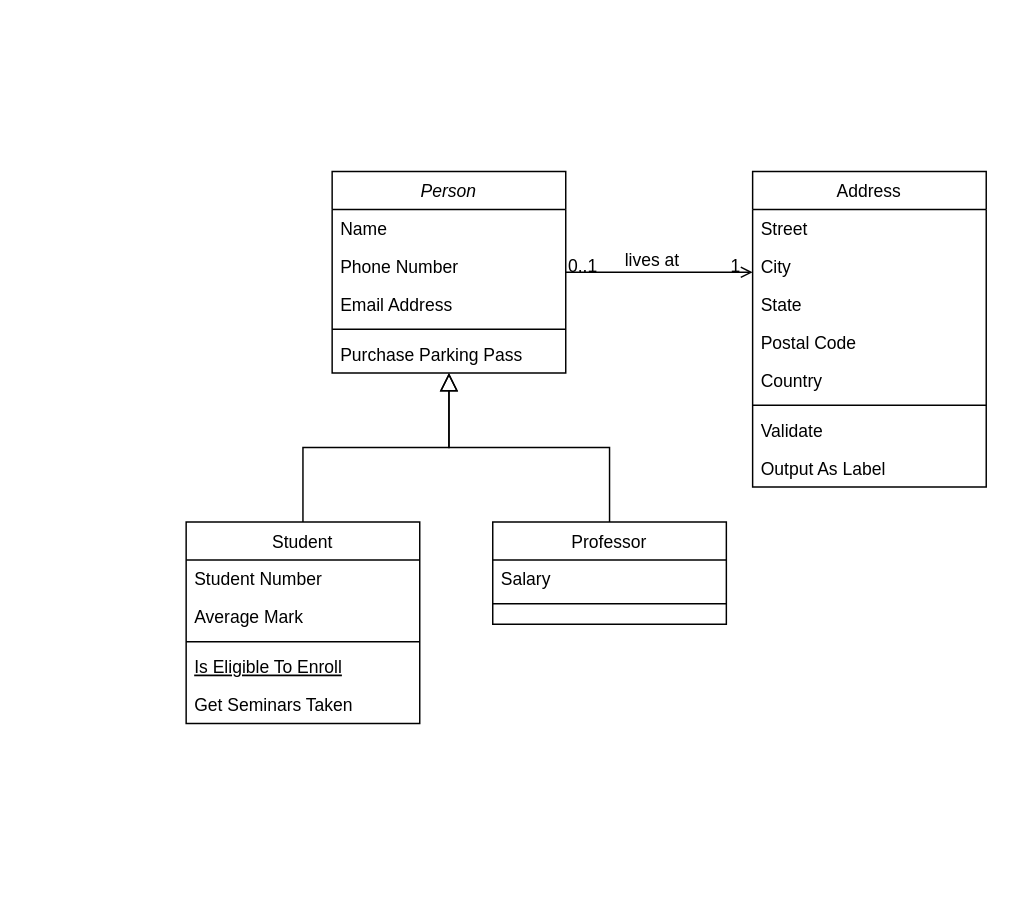
Earlier version of the draw.io diagram .drawio (nafniko/ZooArcadia). Source tidied: cells renumbered, new cells numbered last; positions are measured from the earlier drawing's top-left corner, leaving out a move shared by most shapes. Both pictures are drawn from the tidied source at 146%, with x=0, y=0 at pixel (185, 171).
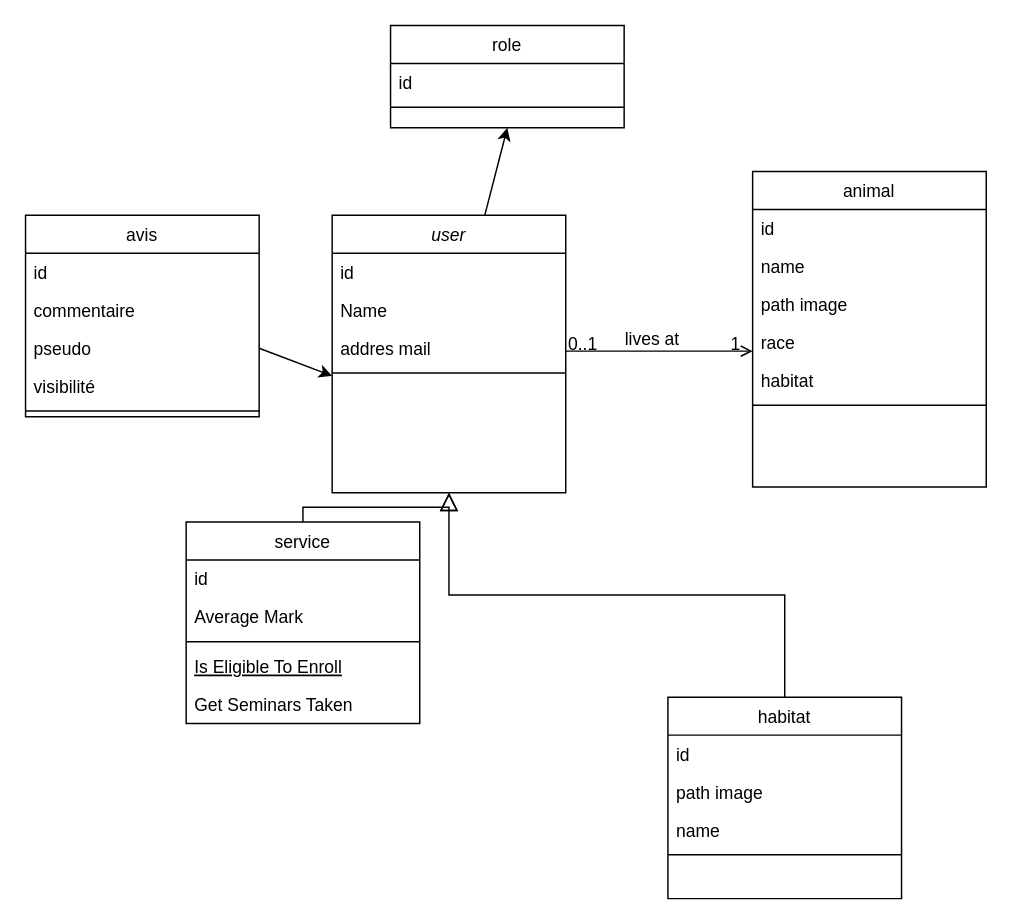
The same diagram, later.

Commit message:
Mettre à jour .drawio

What changed in the source:
```diff
@@
+    <mxCell id="32" style="rounded=0;jettySize=auto;html=1;entryX=0.5;entryY=1;entryDx=0;entryDy=0;" parent="1" edge="1" source="2" target="37">
+      <mxGeometry relative="1" as="geometry" />
+    </mxCell>
-    <mxCell id="2" value="Person" style="swimlane;fontStyle=2;align=center;verticalAlign=top;horizontal=1;startSize=26;rounded=0;shadow=0;strokeWidth=1;" parent="1" vertex="1">
-      <mxGeometry x="100" width="160" height="138" as="geometry" />
+    <mxCell id="2" value="user" style="swimlane;fontStyle=2;align=center;verticalAlign=top;horizontal=1;startSize=26;rounded=0;shadow=0;strokeWidth=1;" parent="1" vertex="1">
+      <mxGeometry x="100" y="30" width="160" height="190" as="geometry" />
     </mxCell>
+    <mxCell id="5" value="id" style="text;align=left;verticalAlign=top;spacingLeft=4;spacingRight=4;overflow=hidden;rounded=0;shadow=0;html=0;" parent="2" vertex="1">
+      <mxGeometry y="26" width="160" height="26" as="geometry" />
+    </mxCell>
     <mxCell id="3" value="Name" style="text;align=left;verticalAlign=top;spacingLeft=4;spacingRight=4;overflow=hidden;" parent="2" vertex="1">
-      <mxGeometry y="26" width="160" height="26" as="geometry" />
+      <mxGeometry y="52" width="160" height="26" as="geometry" />
     </mxCell>
-    <mxCell id="4" value="Phone Number" style="text;align=left;verticalAlign=top;spacingLeft=4;spacingRight=4;overflow=hidden;rounded=0;shadow=0;html=0;" parent="2" vertex="1">
-      <mxGeometry y="52" width="160" height="26" as="geometry" />
+    <mxCell id="4" value="addres mail" style="text;align=left;verticalAlign=top;spacingLeft=4;spacingRight=4;overflow=hidden;rounded=0;shadow=0;html=0;" parent="2" vertex="1">
+      <mxGeometry y="78" width="160" height="26" as="geometry" />
     </mxCell>
-    <mxCell id="5" value="Email Address" style="text;align=left;verticalAlign=top;spacingLeft=4;spacingRight=4;overflow=hidden;rounded=0;shadow=0;html=0;" parent="2" vertex="1">
-      <mxGeometry y="78" width="160" height="26" as="geometry" />
-    </mxCell>
-    <mxCell id="6" style="line;html=1;strokeWidth=1;align=left;verticalAlign=middle;spacingTop=-1;spacingLeft=3;spacingRight=3;labelPosition=right;" parent="2" vertex="1">
+    <mxCell id="6" style="line;html=1;strokeWidth=1;align=left;verticalAlign=middle;spacingTop=-1;spacingLeft=3;spacingRight=3;labelPosition=right;fillColor=default;" parent="2" vertex="1">
       <mxGeometry y="104" width="160" height="8" as="geometry" />
     </mxCell>
-    <mxCell id="7" value="Purchase Parking Pass" style="text;align=left;verticalAlign=top;spacingLeft=4;spacingRight=4;overflow=hidden;" parent="2" vertex="1">
-      <mxGeometry y="112" width="160" height="26" as="geometry" />
-    </mxCell>
-    <mxCell id="8" value="Student" style="swimlane;fontStyle=0;align=center;verticalAlign=top;horizontal=1;startSize=26;rounded=0;shadow=0;strokeWidth=1;" parent="1" vertex="1">
+    <mxCell id="8" value="service" style="swimlane;fontStyle=0;align=center;verticalAlign=top;horizontal=1;startSize=26;rounded=0;shadow=0;strokeWidth=1;" parent="1" vertex="1">
       <mxGeometry y="240" width="160" height="138" as="geometry" />
     </mxCell>
-    <mxCell id="9" value="Student Number" style="text;align=left;verticalAlign=top;spacingLeft=4;spacingRight=4;overflow=hidden;" parent="8" vertex="1">
+    <mxCell id="9" value="id" style="text;align=left;verticalAlign=top;spacingLeft=4;spacingRight=4;overflow=hidden;" parent="8" vertex="1">
       <mxGeometry y="26" width="160" height="26" as="geometry" />
     </mxCell>
@@
-    <mxCell id="15" value="Professor" style="swimlane;fontStyle=0;align=center;verticalAlign=top;horizontal=1;startSize=26;rounded=0;shadow=0;strokeWidth=1;" parent="1" vertex="1">
-      <mxGeometry x="210" y="240" width="160" height="70" as="geometry" />
+    <mxCell id="15" value="habitat" style="swimlane;fontStyle=0;align=center;verticalAlign=top;horizontal=1;startSize=26;rounded=0;shadow=0;strokeWidth=1;" parent="1" vertex="1">
+      <mxGeometry x="330" y="360" width="160" height="138" as="geometry" />
     </mxCell>
-    <mxCell id="16" value="Salary" style="text;align=left;verticalAlign=top;spacingLeft=4;spacingRight=4;overflow=hidden;" parent="15" vertex="1">
+    <mxCell id="16" value="id" style="text;align=left;verticalAlign=top;spacingLeft=4;spacingRight=4;overflow=hidden;" parent="15" vertex="1">
       <mxGeometry y="26" width="160" height="26" as="geometry" />
     </mxCell>
+    <mxCell id="33" value="path image" style="text;align=left;verticalAlign=top;spacingLeft=4;spacingRight=4;overflow=hidden;" parent="15" vertex="1">
+      <mxGeometry y="52" width="160" height="26" as="geometry" />
+    </mxCell>
+    <mxCell id="34" value="name" style="text;align=left;verticalAlign=top;spacingLeft=4;spacingRight=4;overflow=hidden;" parent="15" vertex="1">
+      <mxGeometry y="78" width="160" height="26" as="geometry" />
+    </mxCell>
     <mxCell id="17" style="line;html=1;strokeWidth=1;align=left;verticalAlign=middle;spacingTop=-1;spacingLeft=3;spacingRight=3;labelPosition=right;" parent="15" vertex="1">
-      <mxGeometry y="52" width="160" height="8" as="geometry" />
+      <mxGeometry y="104" width="160" height="8" as="geometry" />
     </mxCell>
@@
-    <mxCell id="19" value="Address" style="swimlane;fontStyle=0;align=center;verticalAlign=top;horizontal=1;startSize=26;rounded=0;shadow=0;strokeWidth=1;" parent="1" vertex="1">
+    <mxCell id="19" value="animal" style="swimlane;fontStyle=0;align=center;verticalAlign=top;horizontal=1;startSize=26;rounded=0;shadow=0;strokeWidth=1;" parent="1" vertex="1">
       <mxGeometry x="388" width="160" height="216" as="geometry" />
     </mxCell>
+    <mxCell id="35" value="id" style="text;align=left;verticalAlign=top;spacingLeft=4;spacingRight=4;overflow=hidden;rounded=0;shadow=0;html=0;" parent="19" vertex="1">
+      <mxGeometry y="26" width="160" height="26" as="geometry" />
+    </mxCell>
-    <mxCell id="20" value="Street" style="text;align=left;verticalAlign=top;spacingLeft=4;spacingRight=4;overflow=hidden;" parent="19" vertex="1">
-      <mxGeometry y="26" width="160" height="26" as="geometry" />
+    <mxCell id="20" value="name" style="text;align=left;verticalAlign=top;spacingLeft=4;spacingRight=4;overflow=hidden;" parent="19" vertex="1">
+      <mxGeometry y="52" width="160" height="26" as="geometry" />
     </mxCell>
+    <mxCell id="36" value="path image" style="text;align=left;verticalAlign=top;spacingLeft=4;spacingRight=4;overflow=hidden;" parent="19" vertex="1">
+      <mxGeometry y="78" width="160" height="26" as="geometry" />
+    </mxCell>
-    <mxCell id="21" value="City" style="text;align=left;verticalAlign=top;spacingLeft=4;spacingRight=4;overflow=hidden;rounded=0;shadow=0;html=0;" parent="19" vertex="1">
-      <mxGeometry y="52" width="160" height="26" as="geometry" />
+    <mxCell id="21" value="race" style="text;align=left;verticalAlign=top;spacingLeft=4;spacingRight=4;overflow=hidden;rounded=0;shadow=0;html=0;" parent="19" vertex="1">
+      <mxGeometry y="104" width="160" height="26" as="geometry" />
     </mxCell>
-    <mxCell id="22" value="State" style="text;align=left;verticalAlign=top;spacingLeft=4;spacingRight=4;overflow=hidden;rounded=0;shadow=0;html=0;" parent="19" vertex="1">
-      <mxGeometry y="78" width="160" height="26" as="geometry" />
+    <mxCell id="22" value="habitat" style="text;align=left;verticalAlign=top;spacingLeft=4;spacingRight=4;overflow=hidden;rounded=0;shadow=0;html=0;" parent="19" vertex="1">
+      <mxGeometry y="130" width="160" height="26" as="geometry" />
     </mxCell>
-    <mxCell id="23" value="Postal Code" style="text;align=left;verticalAlign=top;spacingLeft=4;spacingRight=4;overflow=hidden;rounded=0;shadow=0;html=0;" parent="19" vertex="1">
-      <mxGeometry y="104" width="160" height="26" as="geometry" />
-    </mxCell>
-    <mxCell id="24" value="Country" style="text;align=left;verticalAlign=top;spacingLeft=4;spacingRight=4;overflow=hidden;rounded=0;shadow=0;html=0;" parent="19" vertex="1">
-      <mxGeometry y="130" width="160" height="26" as="geometry" />
-    </mxCell>
@@
-    <mxCell id="26" value="Validate" style="text;align=left;verticalAlign=top;spacingLeft=4;spacingRight=4;overflow=hidden;" parent="19" vertex="1">
-      <mxGeometry y="164" width="160" height="26" as="geometry" />
-    </mxCell>
-    <mxCell id="27" value="Output As Label" style="text;align=left;verticalAlign=top;spacingLeft=4;spacingRight=4;overflow=hidden;" parent="19" vertex="1">
-      <mxGeometry y="190" width="160" height="26" as="geometry" />
-    </mxCell>
@@
+    <mxCell id="37" value="role" style="swimlane;fontStyle=0;align=center;verticalAlign=top;horizontal=1;startSize=26;rounded=0;shadow=0;strokeWidth=1;" parent="1" vertex="1">
+      <mxGeometry x="140" y="-100" width="160" height="70" as="geometry" />
+    </mxCell>
+    <mxCell id="38" value="id" style="text;align=left;verticalAlign=top;spacingLeft=4;spacingRight=4;overflow=hidden;" parent="37" vertex="1">
+      <mxGeometry y="26" width="160" height="26" as="geometry" />
+    </mxCell>
+    <mxCell id="39" style="line;html=1;strokeWidth=1;align=left;verticalAlign=middle;spacingTop=-1;spacingLeft=3;spacingRight=3;labelPosition=right;" parent="37" vertex="1">
+      <mxGeometry y="52" width="160" height="8" as="geometry" />
+    </mxCell>
+    <mxCell id="40" value="avis" style="swimlane;fontStyle=0;align=center;verticalAlign=top;horizontal=1;startSize=26;rounded=0;shadow=0;strokeWidth=1;" parent="1" vertex="1">
+      <mxGeometry x="-110" y="30" width="160" height="138" as="geometry" />
+    </mxCell>
+    <mxCell id="41" value="id" style="text;align=left;verticalAlign=top;spacingLeft=4;spacingRight=4;overflow=hidden;" parent="40" vertex="1">
+      <mxGeometry y="26" width="160" height="26" as="geometry" />
+    </mxCell>
+    <mxCell id="42" value="commentaire" style="text;align=left;verticalAlign=top;spacingLeft=4;spacingRight=4;overflow=hidden;" parent="40" vertex="1">
+      <mxGeometry y="52" width="160" height="26" as="geometry" />
+    </mxCell>
+    <mxCell id="43" style="edgeStyle=none;rounded=0;jettySize=auto;html=1;exitX=1;exitY=0.5;exitDx=0;exitDy=0;" parent="40" edge="1" source="44">
+      <mxGeometry relative="1" as="geometry">
+        <mxPoint x="210" y="110" as="targetPoint" />
+      </mxGeometry>
+    </mxCell>
+    <mxCell id="44" value="pseudo" style="text;align=left;verticalAlign=top;spacingLeft=4;spacingRight=4;overflow=hidden;points=[[0,0.5],[1,0.5]];portConstraint=eastwest;" parent="40" vertex="1">
+      <mxGeometry y="78" width="160" height="26" as="geometry" />
+    </mxCell>
+    <mxCell id="45" value="visibilité" style="text;align=left;verticalAlign=top;spacingLeft=4;spacingRight=4;overflow=hidden;" parent="40" vertex="1">
+      <mxGeometry y="104" width="160" height="26" as="geometry" />
+    </mxCell>
+    <mxCell id="46" style="line;html=1;strokeWidth=1;align=left;verticalAlign=middle;spacingTop=-1;spacingLeft=3;spacingRight=3;labelPosition=right;" parent="40" vertex="1">
+      <mxGeometry y="130" width="160" height="8" as="geometry" />
+    </mxCell>
```
